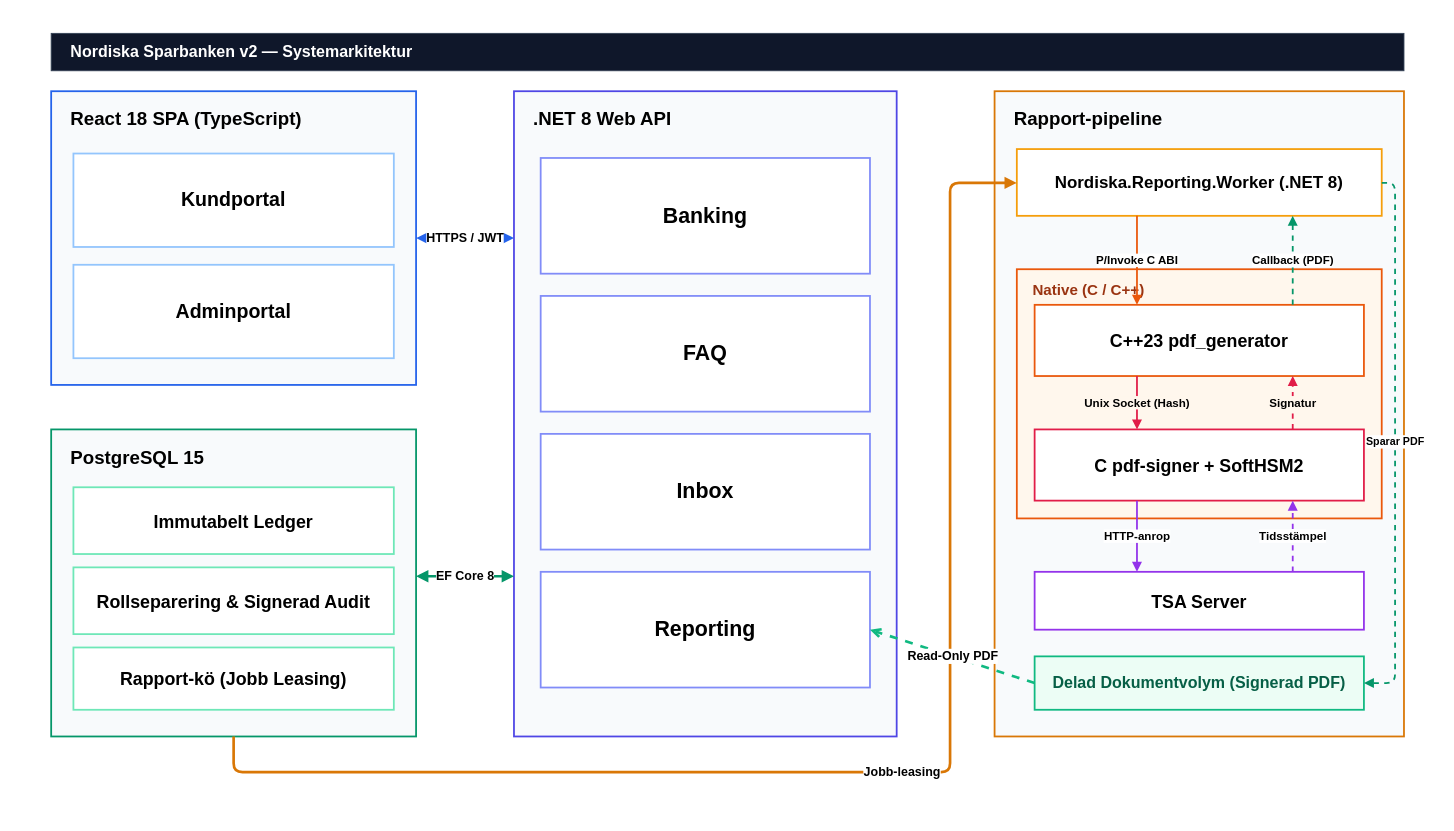
Above: docs/MVP_demo/slide_1_systemarkitektur.drawio in chas-challenge-2026/nordiska-team1 (draw.io), before the change. Source tidied: cells renumbered, new cells numbered last; positions are measured from the earlier drawing's top-left corner, leaving out a move shared by most shapes. Both pictures are drawn from the tidied source at 89%, with x=0, y=0 at pixel (15, 15).
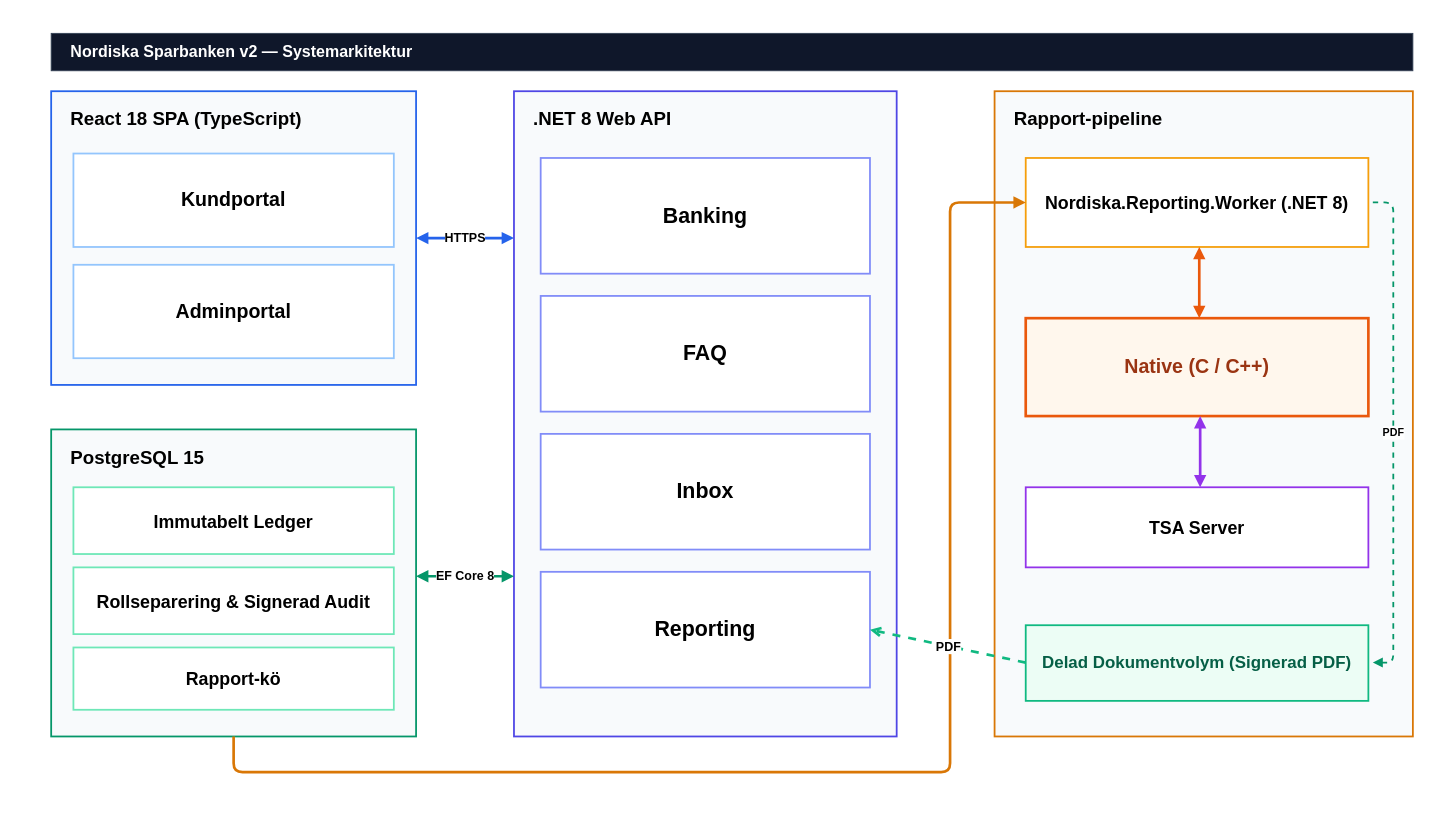
The same diagram, later.

Commit message:
slide1 simplified

The edit, as a diff of the source:
```diff
@@
     <mxCell id="3" value="Nordiska Sparbanken v2 — Systemarkitektur" style="rounded=0;whiteSpace=wrap;html=1;fillColor=#0F172A;strokeColor=#334155;fontColor=#FFFFFF;fontSize=18;fontStyle=1;align=left;spacingLeft=20;" parent="1" vertex="1">
-      <mxGeometry x="40" y="20" width="1520" height="42" as="geometry" />
+      <mxGeometry x="40" y="20" width="1530" height="42" as="geometry" />
     </mxCell>
@@
-    <mxCell id="10" value="Rapport-kö (Jobb Leasing)" style="rounded=0;whiteSpace=wrap;html=1;fillColor=#FFFFFF;strokeColor=#6EE7B7;strokeWidth=2;align=center;fontSize=20;fontStyle=1;fontColor=#000000;" parent="1" vertex="1">
+    <mxCell id="10" value="Rapport-kö" style="rounded=0;whiteSpace=wrap;html=1;fillColor=#FFFFFF;strokeColor=#6EE7B7;strokeWidth=2;align=center;fontSize=20;fontStyle=1;fontColor=#000000;" parent="1" vertex="1">
       <mxGeometry x="65" y="710" width="360" height="70" as="geometry" />
     </mxCell>
@@
     <mxCell id="16" value="Rapport-pipeline" style="rounded=0;whiteSpace=wrap;html=1;fillColor=#F8FAFC;strokeColor=#D97706;strokeWidth=2;verticalAlign=top;align=left;spacingLeft=20;spacingTop=12;fontSize=21;fontStyle=1;fontColor=#000000;" parent="1" vertex="1">
-      <mxGeometry x="1100" y="85" width="460" height="725" as="geometry" />
+      <mxGeometry x="1100" y="85" width="470" height="725" as="geometry" />
     </mxCell>
-    <mxCell id="17" value="Nordiska.Reporting.Worker (.NET 8)" style="rounded=0;whiteSpace=wrap;html=1;fillColor=#FFFFFF;strokeColor=#F59E0B;strokeWidth=2;align=center;fontSize=19;fontStyle=1;fontColor=#000000;" parent="1" vertex="1">
-      <mxGeometry x="1125" y="150" width="410" height="75" as="geometry" />
+    <mxCell id="17" value="Nordiska.Reporting.Worker (.NET 8)" style="rounded=0;whiteSpace=wrap;html=1;fillColor=#FFFFFF;strokeColor=#F59E0B;strokeWidth=2;align=center;fontSize=20;fontStyle=1;fontColor=#000000;" parent="1" vertex="1">
+      <mxGeometry x="1135" y="160" width="385" height="100" as="geometry" />
     </mxCell>
-    <mxCell id="18" value="Native (C / C++)" style="rounded=0;whiteSpace=wrap;html=1;fillColor=#FFF7ED;strokeColor=#EA580C;strokeWidth=2;verticalAlign=top;align=left;spacingLeft=16;spacingTop=8;fontSize=17;fontStyle=1;fontColor=#9A3412;" parent="1" vertex="1">
-      <mxGeometry x="1125" y="285" width="410" height="280" as="geometry" />
+    <mxCell id="18" value="Native (C / C++)" style="rounded=0;whiteSpace=wrap;html=1;fillColor=#FFF7ED;strokeColor=#EA580C;strokeWidth=3;align=center;fontSize=22;fontStyle=1;fontColor=#9A3412;" parent="1" vertex="1">
+      <mxGeometry x="1135" y="340" width="385" height="110" as="geometry" />
     </mxCell>
-    <mxCell id="19" value="C++23 pdf_generator" style="rounded=0;whiteSpace=wrap;html=1;fillColor=#FFFFFF;strokeColor=#EA580C;strokeWidth=2;align=center;fontSize=20;fontStyle=1;fontColor=#000000;" parent="1" vertex="1">
-      <mxGeometry x="1145" y="325" width="370" height="80" as="geometry" />
-    </mxCell>
-    <mxCell id="20" value="C pdf-signer + SoftHSM2" style="rounded=0;whiteSpace=wrap;html=1;fillColor=#FFFFFF;strokeColor=#E11D48;strokeWidth=2;align=center;fontSize=20;fontStyle=1;fontColor=#000000;" parent="1" vertex="1">
-      <mxGeometry x="1145" y="465" width="370" height="80" as="geometry" />
-    </mxCell>
     <mxCell id="21" value="TSA Server" style="rounded=0;whiteSpace=wrap;html=1;fillColor=#FFFFFF;strokeColor=#9333EA;strokeWidth=2;align=center;fontSize=20;fontStyle=1;fontColor=#000000;" parent="1" vertex="1">
-      <mxGeometry x="1145" y="625" width="370" height="65" as="geometry" />
+      <mxGeometry x="1135" y="530" width="385" height="90" as="geometry" />
     </mxCell>
-    <mxCell id="22" value="Delad Dokumentvolym (Signerad PDF)" style="rounded=0;whiteSpace=wrap;html=1;fillColor=#ECFDF5;strokeColor=#10B981;strokeWidth=2;align=center;fontSize=18;fontStyle=1;fontColor=#065F46;" parent="1" vertex="1">
-      <mxGeometry x="1145" y="720" width="370" height="60" as="geometry" />
+    <mxCell id="22" value="Delad Dokumentvolym (Signerad PDF)" style="rounded=0;whiteSpace=wrap;html=1;fillColor=#ECFDF5;strokeColor=#10B981;strokeWidth=2;align=center;fontSize=19;fontStyle=1;fontColor=#065F46;" parent="1" vertex="1">
+      <mxGeometry x="1135" y="685" width="385" height="85" as="geometry" />
     </mxCell>
-    <mxCell id="23" value="HTTPS / JWT" style="endArrow=block;startArrow=block;endFill=1;startFill=1;html=1;strokeColor=#2563EB;strokeWidth=3;fontSize=14;fontStyle=1;fontColor=#000000;labelBackgroundColor=#FFFFFF;" parent="1" edge="1">
+    <mxCell id="23" value="HTTPS" style="endArrow=block;startArrow=block;endFill=1;startFill=1;html=1;strokeColor=#2563EB;strokeWidth=3;fontSize=14;fontStyle=1;fontColor=#000000;labelBackgroundColor=#FFFFFF;" parent="1" edge="1">
       <mxGeometry relative="1" as="geometry">
         <mxPoint x="450" y="250" as="sourcePoint" />
         <mxPoint x="560" y="250" as="targetPoint" />
       </mxGeometry>
     </mxCell>
@@
-    <mxCell id="25" value="Jobb-leasing" style="endArrow=block;endFill=1;html=1;strokeColor=#D97706;strokeWidth=3;fontSize=14;fontStyle=1;fontColor=#000000;labelBackgroundColor=#FFFFFF;edgeStyle=orthogonalEdgeStyle;" parent="1" edge="1">
+    <mxCell id="25" style="endArrow=block;endFill=1;html=1;strokeColor=#D97706;strokeWidth=3;fontSize=14;fontStyle=1;fontColor=#000000;labelBackgroundColor=#FFFFFF;edgeStyle=orthogonalEdgeStyle;" parent="1" edge="1">
       <mxGeometry relative="1" as="geometry">
         <mxPoint x="245" y="810" as="sourcePoint" />
-        <mxPoint x="1125" y="188" as="targetPoint" />
+        <mxPoint x="1135" y="210" as="targetPoint" />
         <Array as="points">
           <mxPoint x="245" y="850" />
           <mxPoint x="1050" y="850" />
-          <mxPoint x="1050" y="188" />
+          <mxPoint x="1050" y="210" />
         </Array>
       </mxGeometry>
     </mxCell>
-    <mxCell id="26" value="P/Invoke C ABI" style="endArrow=block;endFill=1;html=1;strokeColor=#EA580C;strokeWidth=2;fontSize=13;fontStyle=1;fontColor=#000000;labelBackgroundColor=#FFFFFF;" parent="1" edge="1">
-      <mxGeometry relative="1" as="geometry">
-        <mxPoint x="1260" y="225" as="sourcePoint" />
-        <mxPoint x="1260" y="325" as="targetPoint" />
-      </mxGeometry>
-    </mxCell>
-    <mxCell id="27" value="Callback (PDF)" style="endArrow=block;endFill=1;dashed=1;html=1;strokeColor=#059669;strokeWidth=2;fontSize=13;fontStyle=1;fontColor=#000000;labelBackgroundColor=#FFFFFF;" parent="1" edge="1">
-      <mxGeometry relative="1" as="geometry">
-        <mxPoint x="1435" y="325" as="sourcePoint" />
-        <mxPoint x="1435" y="225" as="targetPoint" />
-      </mxGeometry>
-    </mxCell>
-    <mxCell id="28" value="Unix Socket (Hash)" style="endArrow=block;endFill=1;html=1;strokeColor=#E11D48;strokeWidth=2;fontSize=13;fontStyle=1;fontColor=#000000;labelBackgroundColor=#FFF7ED;" parent="1" edge="1">
-      <mxGeometry relative="1" as="geometry">
-        <mxPoint x="1260" y="405" as="sourcePoint" />
-        <mxPoint x="1260" y="465" as="targetPoint" />
-      </mxGeometry>
-    </mxCell>
-    <mxCell id="29" value="Signatur" style="endArrow=block;endFill=1;dashed=1;html=1;strokeColor=#E11D48;strokeWidth=2;fontSize=13;fontStyle=1;fontColor=#000000;labelBackgroundColor=#FFF7ED;" parent="1" edge="1">
-      <mxGeometry relative="1" as="geometry">
-        <mxPoint x="1435" y="465" as="sourcePoint" />
-        <mxPoint x="1435" y="405" as="targetPoint" />
-      </mxGeometry>
-    </mxCell>
-    <mxCell id="30" value="HTTP-anrop" style="endArrow=block;endFill=1;html=1;strokeColor=#9333EA;strokeWidth=2;fontSize=13;fontStyle=1;fontColor=#000000;labelBackgroundColor=#FFFFFF;" parent="1" edge="1">
-      <mxGeometry relative="1" as="geometry">
-        <mxPoint x="1260" y="545" as="sourcePoint" />
-        <mxPoint x="1260" y="625" as="targetPoint" />
-      </mxGeometry>
-    </mxCell>
-    <mxCell id="31" value="Tidsstämpel" style="endArrow=block;endFill=1;dashed=1;html=1;strokeColor=#9333EA;strokeWidth=2;fontSize=13;fontStyle=1;fontColor=#000000;labelBackgroundColor=#FFFFFF;" parent="1" edge="1">
-      <mxGeometry relative="1" as="geometry">
-        <mxPoint x="1435" y="625" as="sourcePoint" />
-        <mxPoint x="1435" y="545" as="targetPoint" />
-      </mxGeometry>
-    </mxCell>
+    <mxCell id="34" style="endArrow=block;startArrow=block;endFill=1;startFill=1;html=1;strokeColor=#EA580C;strokeWidth=3;fontSize=14;fontStyle=1;fontColor=#000000;labelBackgroundColor=#FFFFFF;" parent="1" edge="1">
+      <mxGeometry relative="1" as="geometry">
+        <mxPoint x="1330" y="260" as="sourcePoint" />
+        <mxPoint x="1330" y="340" as="targetPoint" />
+      </mxGeometry>
+    </mxCell>
+    <mxCell id="35" style="endArrow=block;startArrow=block;endFill=1;startFill=1;html=1;strokeColor=#9333EA;strokeWidth=3;fontSize=14;fontStyle=1;fontColor=#000000;labelBackgroundColor=#FFFFFF;" parent="1" edge="1">
+      <mxGeometry relative="1" as="geometry">
+        <mxPoint x="1331" y="450" as="sourcePoint" />
+        <mxPoint x="1331" y="530" as="targetPoint" />
+      </mxGeometry>
+    </mxCell>
-    <mxCell id="32" value="Sparar PDF" style="endArrow=block;endFill=1;dashed=1;html=1;strokeColor=#059669;strokeWidth=2;fontSize=12;fontStyle=1;fontColor=#000000;labelBackgroundColor=#FFFFFF;edgeStyle=orthogonalEdgeStyle;" parent="1" edge="1">
+    <mxCell id="32" value="PDF" style="endArrow=block;endFill=1;dashed=1;html=1;strokeColor=#059669;strokeWidth=2;fontSize=12;fontStyle=1;fontColor=#000000;labelBackgroundColor=#FFFFFF;edgeStyle=orthogonalEdgeStyle;" parent="1" edge="1">
       <mxGeometry relative="1" as="geometry">
-        <mxPoint x="1535" y="188" as="sourcePoint" />
-        <mxPoint x="1515" y="750" as="targetPoint" />
+        <mxPoint x="1525" y="210" as="sourcePoint" />
+        <mxPoint x="1525" y="727" as="targetPoint" />
         <Array as="points">
-          <mxPoint x="1550" y="188" />
-          <mxPoint x="1550" y="750" />
+          <mxPoint x="1548" y="210" />
+          <mxPoint x="1548" y="727" />
         </Array>
       </mxGeometry>
     </mxCell>
-    <mxCell id="33" value="Read-Only PDF" style="endArrow=open;endFill=0;dashed=1;html=1;strokeColor=#10B981;strokeWidth=3;fontSize=14;fontStyle=1;fontColor=#000000;labelBackgroundColor=#FFFFFF;" parent="1" edge="1">
+    <mxCell id="33" value="PDF" style="endArrow=open;endFill=0;dashed=1;html=1;strokeColor=#10B981;strokeWidth=3;fontSize=14;fontStyle=1;fontColor=#000000;labelBackgroundColor=#FFFFFF;" parent="1" edge="1">
       <mxGeometry relative="1" as="geometry">
-        <mxPoint x="1145" y="750" as="sourcePoint" />
+        <mxPoint x="1135" y="727" as="sourcePoint" />
         <mxPoint x="960" y="690" as="targetPoint" />
       </mxGeometry>
     </mxCell>
```
